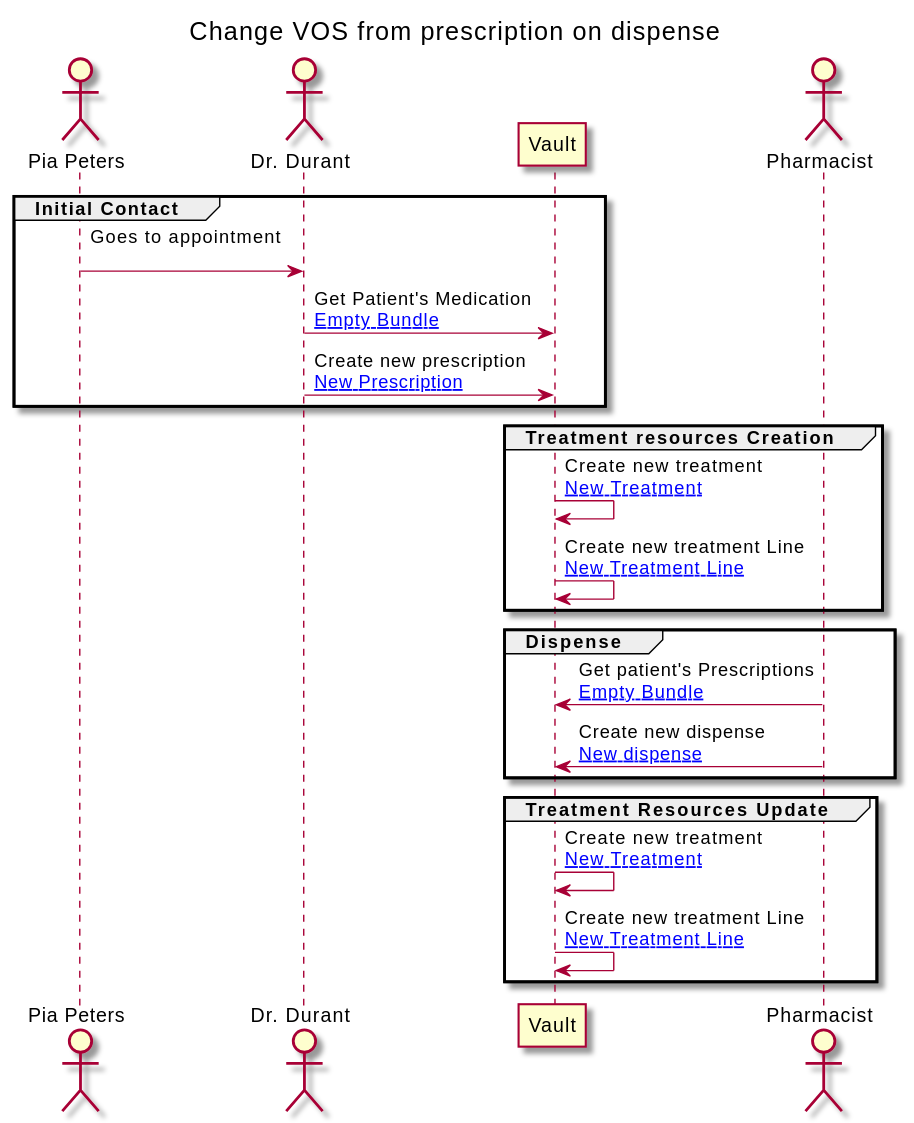
jcostateixeira/riziv-medication-record keeps this PlantUML diagram as branches/master/ExampleScenario-example-2-scenario.svg. Above is the earlier version. The source it was exported from:
```plantuml
@startuml


Title Change VOS from prescription on dispense

actor "Pia Peters" as PATIENT
actor "Dr. Durant" as GP
participant "Vault" as VAULT
actor "Pharmacist" as PHARM






group Initial Contact

PATIENT -> GP : Goes to appointment\n
GP -> VAULT : Get Patient's Medication\n[[ExampleScenario-example-2-scenario-resources.html#EB Empty Bundle]]
GP -> VAULT : Create new prescription\n[[ExampleScenario-example-2-scenario-resources.html#2a-prescription New Prescription]]
end

group Treatment resources Creation

VAULT -> VAULT : Create new treatment\n[[ExampleScenario-example-2-scenario-resources.html#2a-treatment New Treatment]]
VAULT -> VAULT : Create new treatment Line\n[[ExampleScenario-example-2-scenario-resources.html#2a-treatmentLine New Treatment Line]]
end

group Dispense

PHARM -> VAULT : Get patient's Prescriptions\n[[ExampleScenario-example-2-scenario-resources.html#EB Empty Bundle]]
PHARM -> VAULT : Create new dispense\n[[ExampleScenario-example-2-scenario-resources.html#2a-dispense New dispense]]
end

group Treatment Resources Update

VAULT -> VAULT : Create new treatment\n[[ExampleScenario-example-2-scenario-resources.html#2a-treatment New Treatment]]
VAULT -> VAULT : Create new treatment Line\n[[ExampleScenario-example-2-scenario-resources.html#2a-treatmentLine New Treatment Line]]
end


@enduml
```
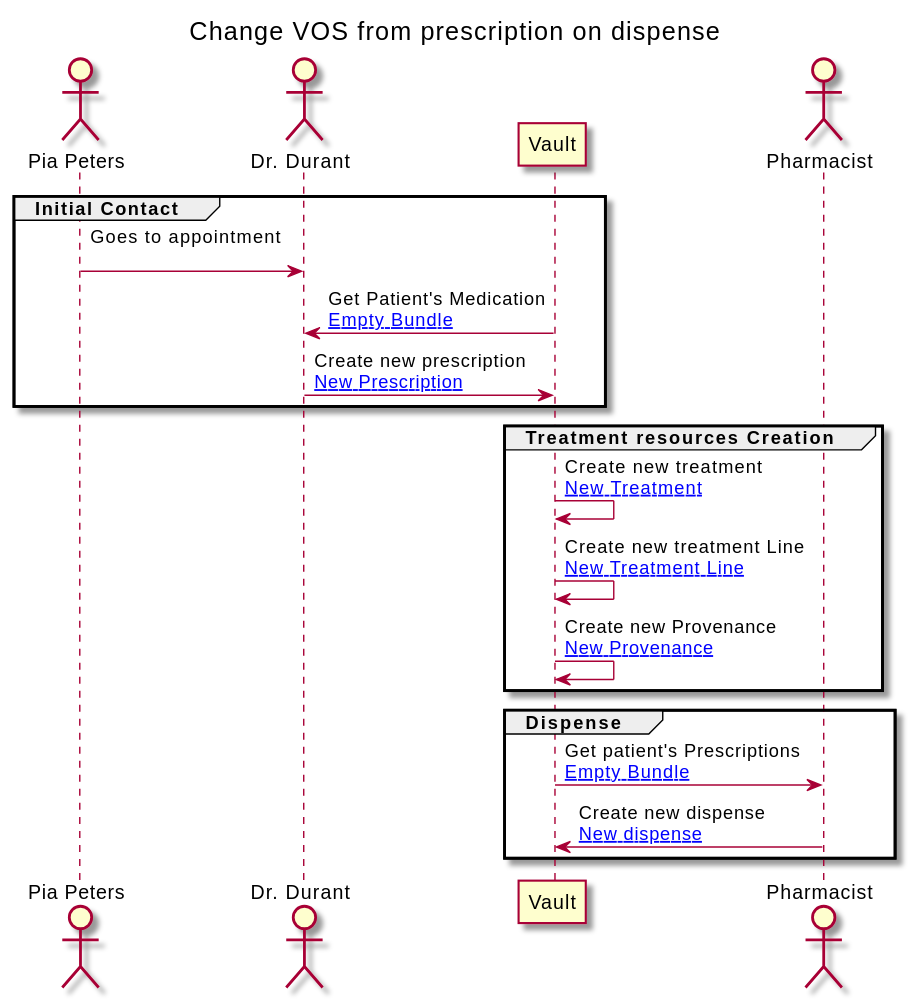
The same file after the commit.

Diff of the diagram source:
```diff
@@ -16,7 +16,7 @@
 group Initial Contact
 
 PATIENT -> GP : Goes to appointment\n
-GP -> VAULT : Get Patient's Medication\n[[ExampleScenario-example-2-scenario-resources.html#EB Empty Bundle]]
+VAULT -> GP : Get Patient's Medication\n[[ExampleScenario-example-2-scenario-resources.html#EB Empty Bundle]]
 GP -> VAULT : Create new prescription\n[[ExampleScenario-example-2-scenario-resources.html#2a-prescription New Prescription]]
 end
 
@@ -24,18 +24,13 @@
 
 VAULT -> VAULT : Create new treatment\n[[ExampleScenario-example-2-scenario-resources.html#2a-treatment New Treatment]]
 VAULT -> VAULT : Create new treatment Line\n[[ExampleScenario-example-2-scenario-resources.html#2a-treatmentLine New Treatment Line]]
+VAULT -> VAULT : Create new Provenance\n[[ExampleScenario-example-2-scenario-resources.html#2-provenance New Provenance]]
 end
 
 group Dispense
 
-PHARM -> VAULT : Get patient's Prescriptions\n[[ExampleScenario-example-2-scenario-resources.html#EB Empty Bundle]]
+VAULT -> PHARM : Get patient's Prescriptions\n[[ExampleScenario-example-2-scenario-resources.html#EB Empty Bundle]]
 PHARM -> VAULT : Create new dispense\n[[ExampleScenario-example-2-scenario-resources.html#2a-dispense New dispense]]
-end
-
-group Treatment Resources Update
-
-VAULT -> VAULT : Create new treatment\n[[ExampleScenario-example-2-scenario-resources.html#2a-treatment New Treatment]]
-VAULT -> VAULT : Create new treatment Line\n[[ExampleScenario-example-2-scenario-resources.html#2a-treatmentLine New Treatment Line]]
 end
 
 
```
